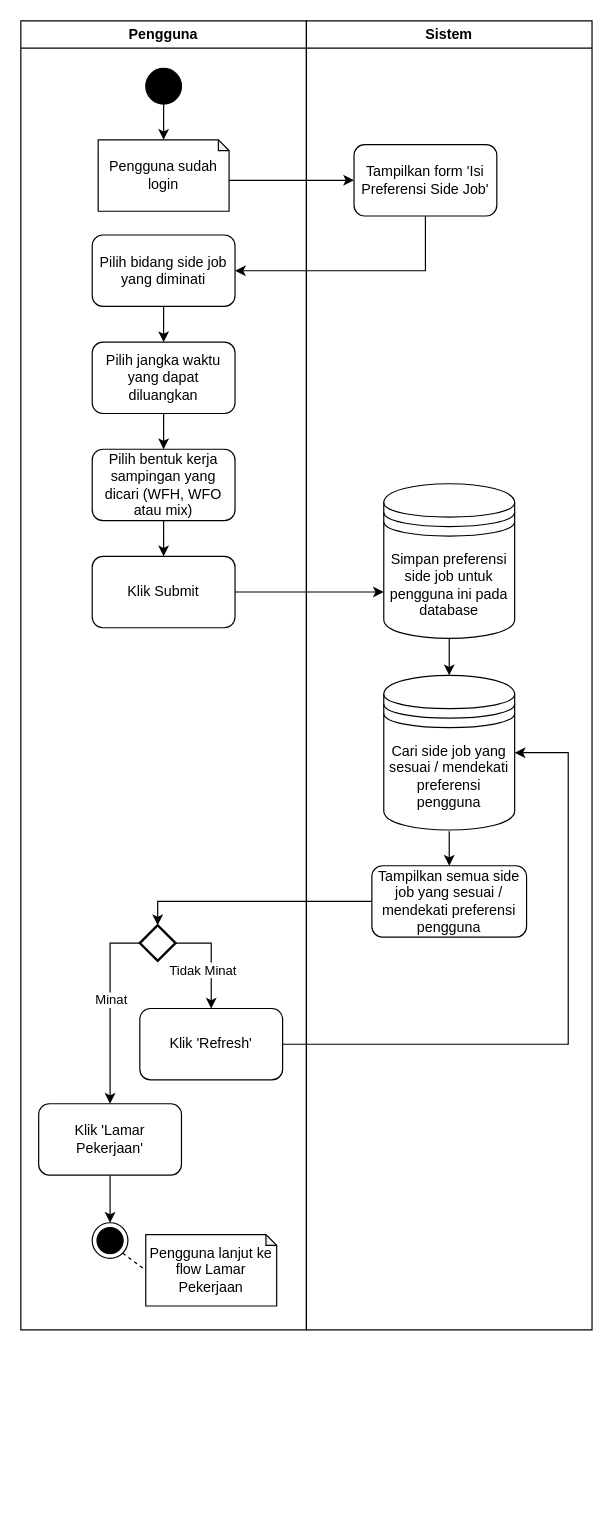
Above: page "Page-1" (3 of 4) of Untitled Diagram.drawio in alvina893/drafts-- (draw.io), before the change. Source tidied: cells renumbered, new cells numbered last; positions are measured from the earlier drawing's top-left corner, leaving out a move shared by most shapes. Both pictures are drawn from the tidied source at 119%, with x=0, y=0 at pixel (20, 20).
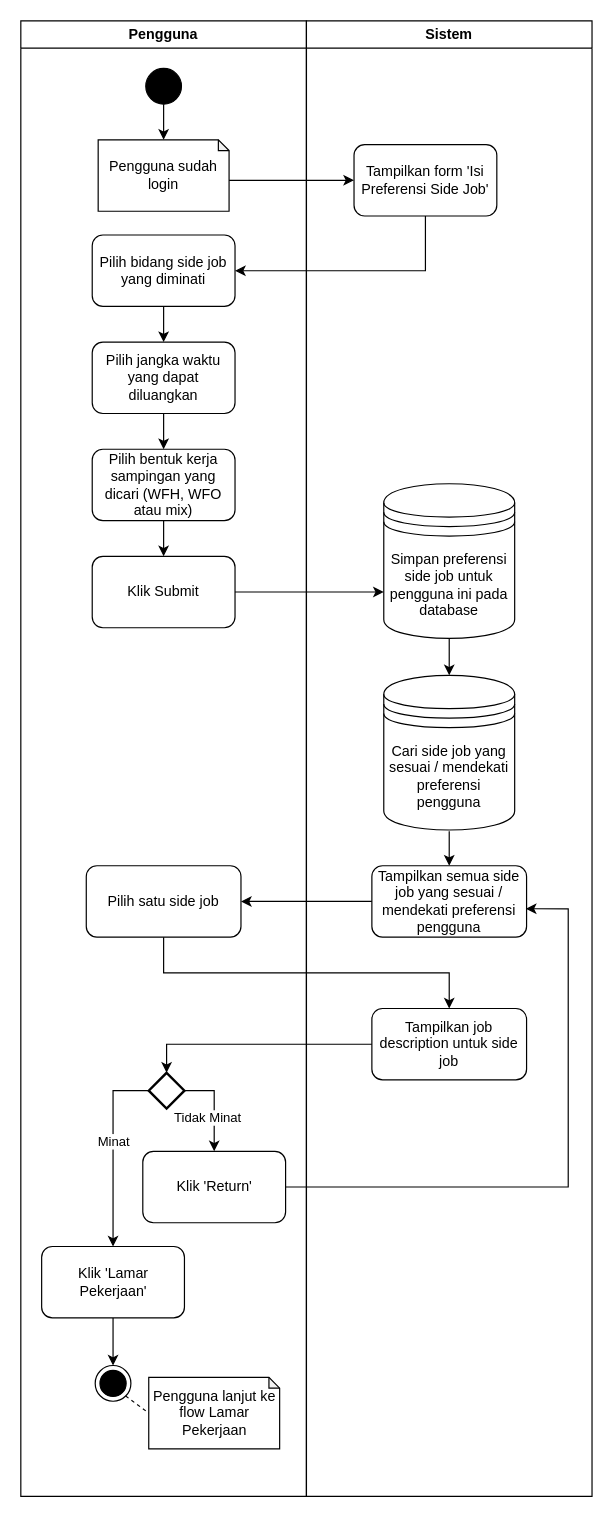
Above is the later version.

Unchanged cells that the change refers to:
```xml
<mxCell id="27" value="Tampilkan semua side job yang sesuai / mendekati preferensi pengguna" style="rounded=1;whiteSpace=wrap;html=1;" parent="24" vertex="1">
  <mxGeometry x="55" y="710" width="130" height="60" as="geometry" />
</mxCell>
<mxCell id="28" value="Cari side job yang sesuai / mendekati preferensi pengguna" style="shape=datastore;whiteSpace=wrap;html=1;" parent="24" vertex="1">
  <mxGeometry x="65" y="550" width="110" height="130" as="geometry" />
</mxCell>
```

Diff of the diagram source:
```diff
@@
     <mxCell id="2" value="Pengguna" style="swimlane;whiteSpace=wrap;html=1;" parent="1" vertex="1">
-      <mxGeometry width="240" height="1100" as="geometry" />
+      <mxGeometry width="240" height="1240" as="geometry" />
     </mxCell>
@@
     <mxCell id="13" style="strokeWidth=2;html=1;shape=mxgraph.flowchart.decision;whiteSpace=wrap;" parent="2" vertex="1">
-      <mxGeometry x="100" y="760" width="30" height="30" as="geometry" />
+      <mxGeometry x="107.5" y="884" width="30" height="30" as="geometry" />
     </mxCell>
-    <mxCell id="14" value="Klik 'Refresh'" style="rounded=1;whiteSpace=wrap;html=1;" parent="2" vertex="1">
-      <mxGeometry x="100" y="830" width="120" height="60" as="geometry" />
+    <mxCell id="14" value="Klik 'Return'" style="rounded=1;whiteSpace=wrap;html=1;" parent="2" vertex="1">
+      <mxGeometry x="102.5" y="950" width="120" height="60" as="geometry" />
     </mxCell>
@@
     <mxCell id="16" value="Klik 'Lamar Pekerjaan'" style="rounded=1;whiteSpace=wrap;html=1;" parent="2" vertex="1">
-      <mxGeometry x="15" y="910" width="120" height="60" as="geometry" />
+      <mxGeometry x="17.5" y="1030" width="120" height="60" as="geometry" />
     </mxCell>
@@
     <mxCell id="19" style="ellipse;html=1;shape=endState;fillColor=strokeColor;" parent="2" vertex="1">
-      <mxGeometry x="60" y="1010" width="30" height="30" as="geometry" />
+      <mxGeometry x="62.5" y="1130" width="30" height="30" as="geometry" />
     </mxCell>
     <mxCell id="20" value="Pengguna lanjut ke flow Lamar Pekerjaan" style="shape=note;whiteSpace=wrap;html=1;backgroundOutline=1;darkOpacity=0.05;size=9;" parent="2" vertex="1">
-      <mxGeometry x="105" y="1020" width="110" height="60" as="geometry" />
+      <mxGeometry x="107.5" y="1140" width="110" height="60" as="geometry" />
     </mxCell>
@@
+    <mxCell id="36" value="Pilih satu side job" style="rounded=1;whiteSpace=wrap;html=1;" parent="2" vertex="1">
+      <mxGeometry x="55" y="710" width="130" height="60" as="geometry" />
+    </mxCell>
     <mxCell id="24" value="Sistem" style="swimlane;whiteSpace=wrap;html=1;" parent="1" vertex="1">
-      <mxGeometry x="240" width="240" height="1100" as="geometry" />
+      <mxGeometry x="240" width="240" height="1240" as="geometry" />
     </mxCell>
@@
+    <mxCell id="37" value="Tampilkan job description untuk side job" style="rounded=1;whiteSpace=wrap;html=1;" parent="24" vertex="1">
+      <mxGeometry x="55" y="830" width="130" height="60" as="geometry" />
+    </mxCell>
@@
+    <mxCell id="35" style="edgeStyle=orthogonalEdgeStyle;rounded=0;jettySize=auto;html=1;exitX=1;exitY=0.5;exitDx=0;exitDy=0;entryX=0.995;entryY=0.603;entryDx=0;entryDy=0;entryPerimeter=0;" parent="1" edge="1" source="14" target="27">
+      <mxGeometry relative="1" as="geometry">
+        <Array as="points">
+          <mxPoint x="460" y="980" />
+          <mxPoint x="460" y="746" />
+        </Array>
+      </mxGeometry>
+    </mxCell>
+    <mxCell id="38" style="edgeStyle=orthogonalEdgeStyle;rounded=0;jettySize=auto;html=1;exitX=0;exitY=0.5;exitDx=0;exitDy=0;entryX=1;entryY=0.5;entryDx=0;entryDy=0;" parent="1" edge="1" source="27" target="36">
+      <mxGeometry relative="1" as="geometry">
+        <Array as="points">
+          <mxPoint x="210" y="740" />
+          <mxPoint x="210" y="740" />
+        </Array>
+      </mxGeometry>
+    </mxCell>
-    <mxCell id="34" style="edgeStyle=orthogonalEdgeStyle;rounded=0;jettySize=auto;html=1;exitX=0;exitY=0.5;exitDx=0;exitDy=0;entryX=0.5;entryY=0;entryDx=0;entryDy=0;entryPerimeter=0;" parent="1" edge="1" source="27" target="13">
+    <mxCell id="34" style="edgeStyle=orthogonalEdgeStyle;rounded=0;jettySize=auto;html=1;exitX=0.5;exitY=1;exitDx=0;exitDy=0;entryX=0.5;entryY=0;entryDx=0;entryDy=0;" parent="1" edge="1" source="36" target="37">
       <mxGeometry relative="1" as="geometry" />
     </mxCell>
-    <mxCell id="35" style="edgeStyle=orthogonalEdgeStyle;rounded=0;jettySize=auto;html=1;exitX=1;exitY=0.5;exitDx=0;exitDy=0;entryX=1;entryY=0.5;entryDx=0;entryDy=0;" parent="1" edge="1" source="14" target="28">
-      <mxGeometry relative="1" as="geometry">
-        <Array as="points">
-          <mxPoint x="460" y="860" />
-          <mxPoint x="460" y="615" />
-        </Array>
-      </mxGeometry>
-    </mxCell>
+    <mxCell id="39" style="edgeStyle=orthogonalEdgeStyle;rounded=0;jettySize=auto;html=1;exitX=0;exitY=0.5;exitDx=0;exitDy=0;entryX=0.5;entryY=0;entryDx=0;entryDy=0;entryPerimeter=0;" parent="1" edge="1" source="37" target="13">
+      <mxGeometry relative="1" as="geometry" />
+    </mxCell>
```
